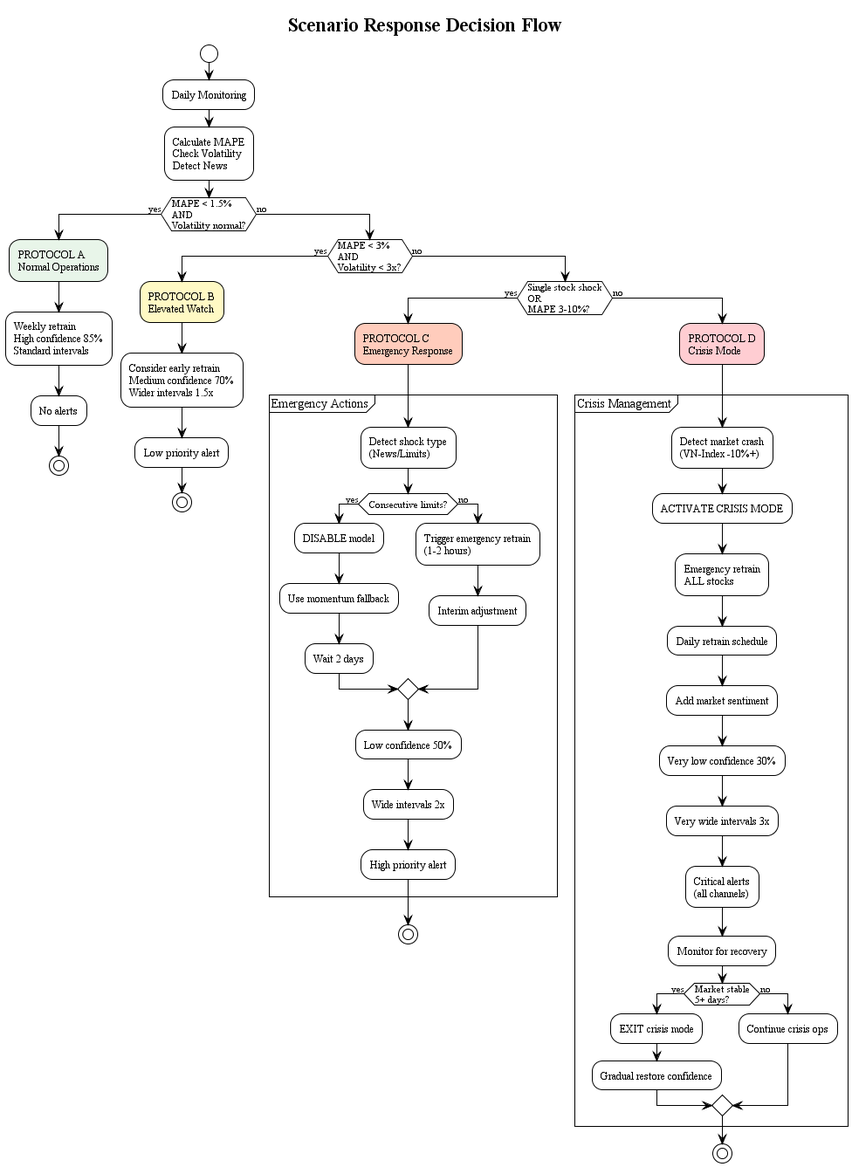
The PlantUML diagram diagrams/images/agent_diagrams/scenario_response_flow.png in GiangNV-HUST/DATN, before a commit.
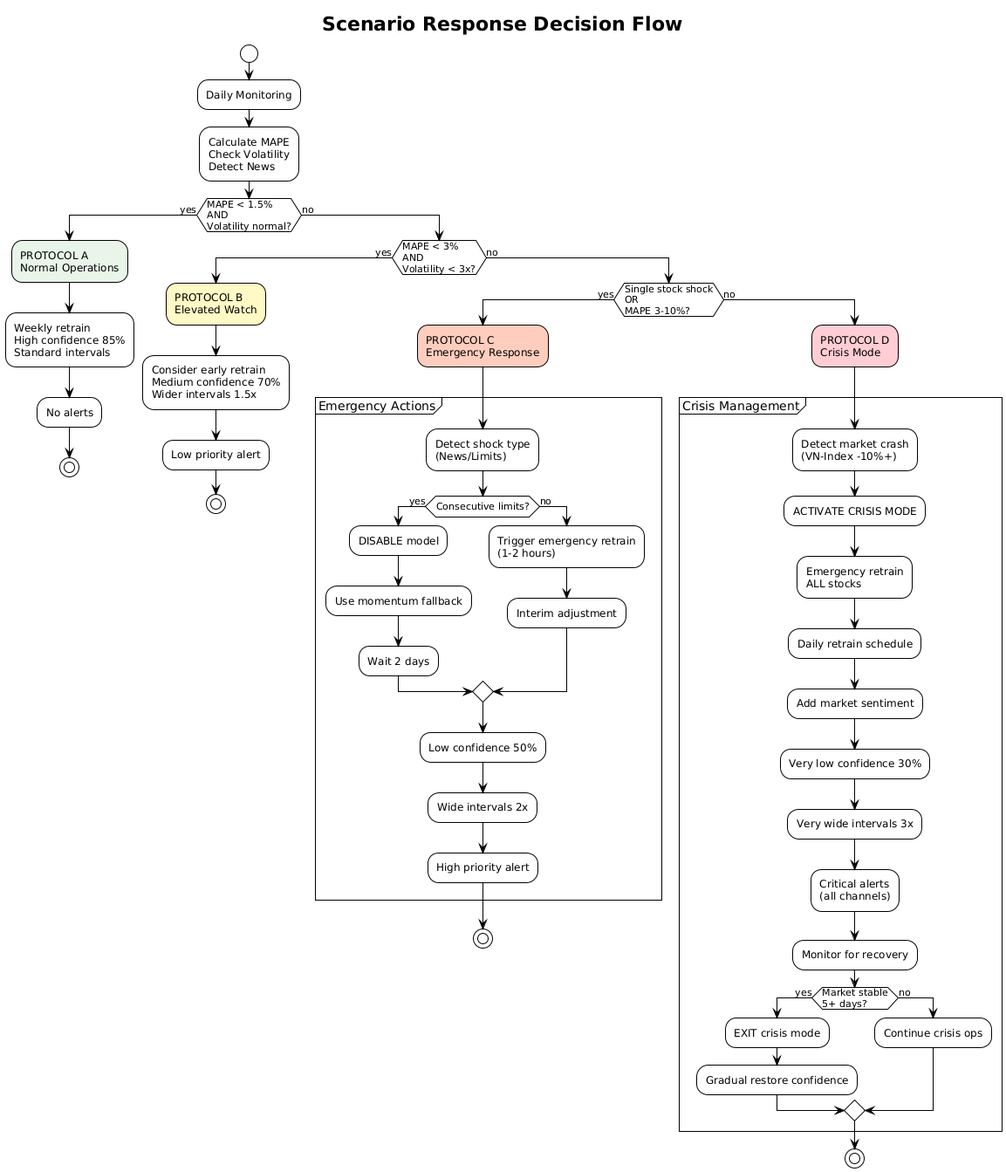
After the commit.

The edit, as a diff of the source:
```diff
@@ -1,4 +1,6 @@
-@startuml scenario_response_flow
+@startuml
+!pragma charset UTF-8
+
 !theme plain
 skinparam backgroundColor #FFFFFF
 skinparam shadowing false
@@ -90,5 +92,4 @@
     endif
   endif
 endif
-
 @enduml
```
